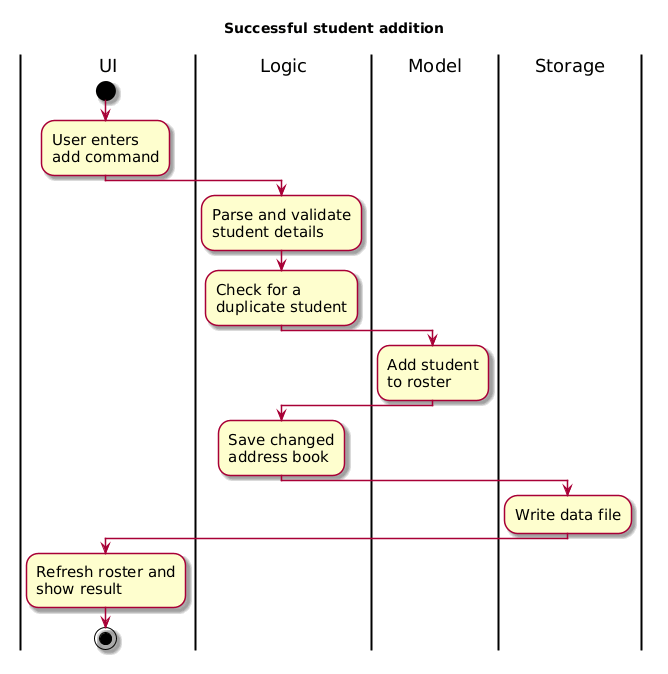
Above: docs/images/AddStudentActivityDiagram.png in AY2627S1-CS2103T-F09-1/tp (PlantUML), before the change. The source it was exported from:
```plantuml
@startuml
skin rose
skinparam ActivityFontSize 15
skinparam ArrowFontSize 12

title Successful student addition

|UI|
start
:User enters
add command;
|Logic|
:Parse and validate
student details;
:Check for a
duplicate student;
|Model|
:Add student
to roster;
|Logic|
:Save changed
address book;
|Storage|
:Write data file;
|UI|
:Refresh roster and
show result;
stop
@enduml
```
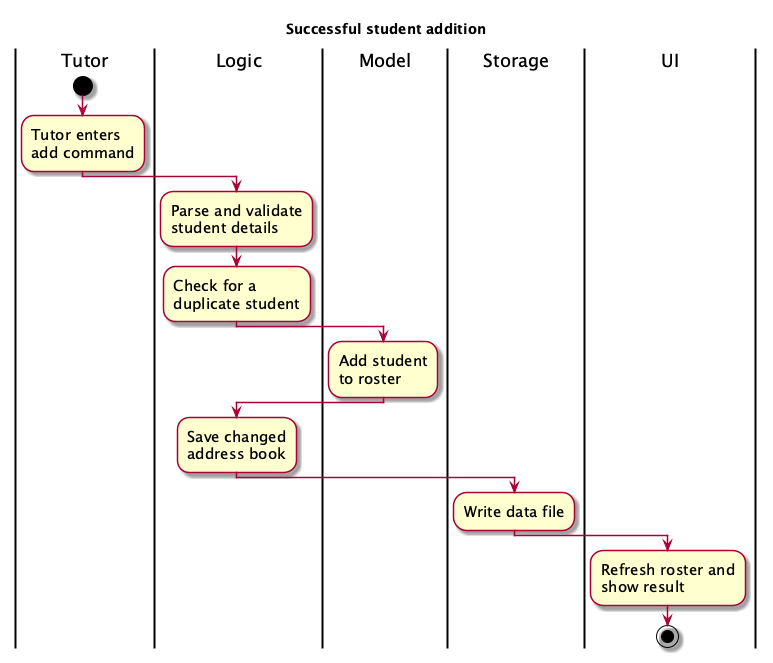
Above is the later version.

Commit message:
Correct student-addition swim lane ownership

Change to the diagram source:
```diff
@@ -5,9 +5,9 @@
 
 title Successful student addition
 
-|UI|
+|Tutor|
 start
-:User enters
+:Tutor enters
 add command;
 |Logic|
 :Parse and validate
```
